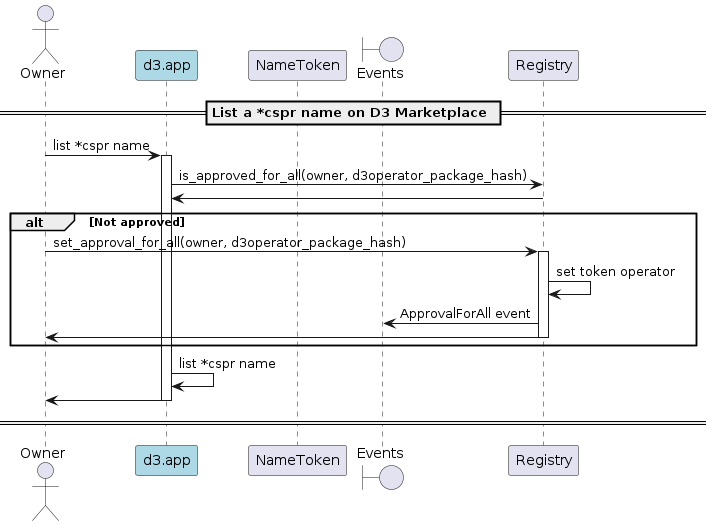
This is docs/sequence-diagrams/puml/d3-marketplace-list.png from make-software/cspr-name-contracts, a PlantUML export, as it was before one commit.
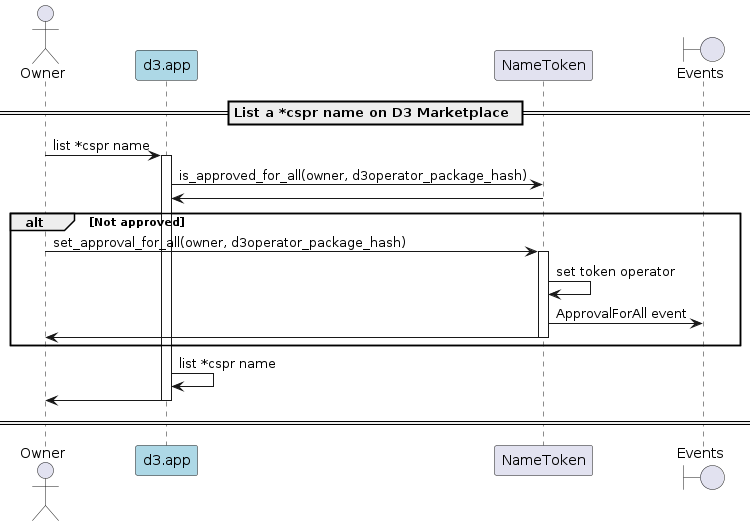
The same file after the commit.

Change to the diagram source:
```diff
@@ -9,15 +9,15 @@
 
 Owner -> d3: list *cspr name
 activate d3
-d3 -> Registry: is_approved_for_all(owner, d3operator_package_hash)
-Registry -> d3
+d3 -> NameToken: is_approved_for_all(owner, d3operator_package_hash)
+NameToken -> d3
 alt Not approved
-    Owner -> Registry: set_approval_for_all(owner, d3operator_package_hash)
-    activate "Registry"
-    Registry -> Registry: set token operator
-    Registry -> "Events": ApprovalForAll event
-    Registry -> Owner
-    deactivate "Registry"
+    Owner -> NameToken: set_approval_for_all(owner, d3operator_package_hash)
+    activate "NameToken"
+    NameToken -> NameToken: set token operator
+    NameToken -> "Events": ApprovalForAll event
+    NameToken -> Owner
+    deactivate "NameToken"
 end
 d3 -> d3: list *cspr name
 d3 -> Owner
```
